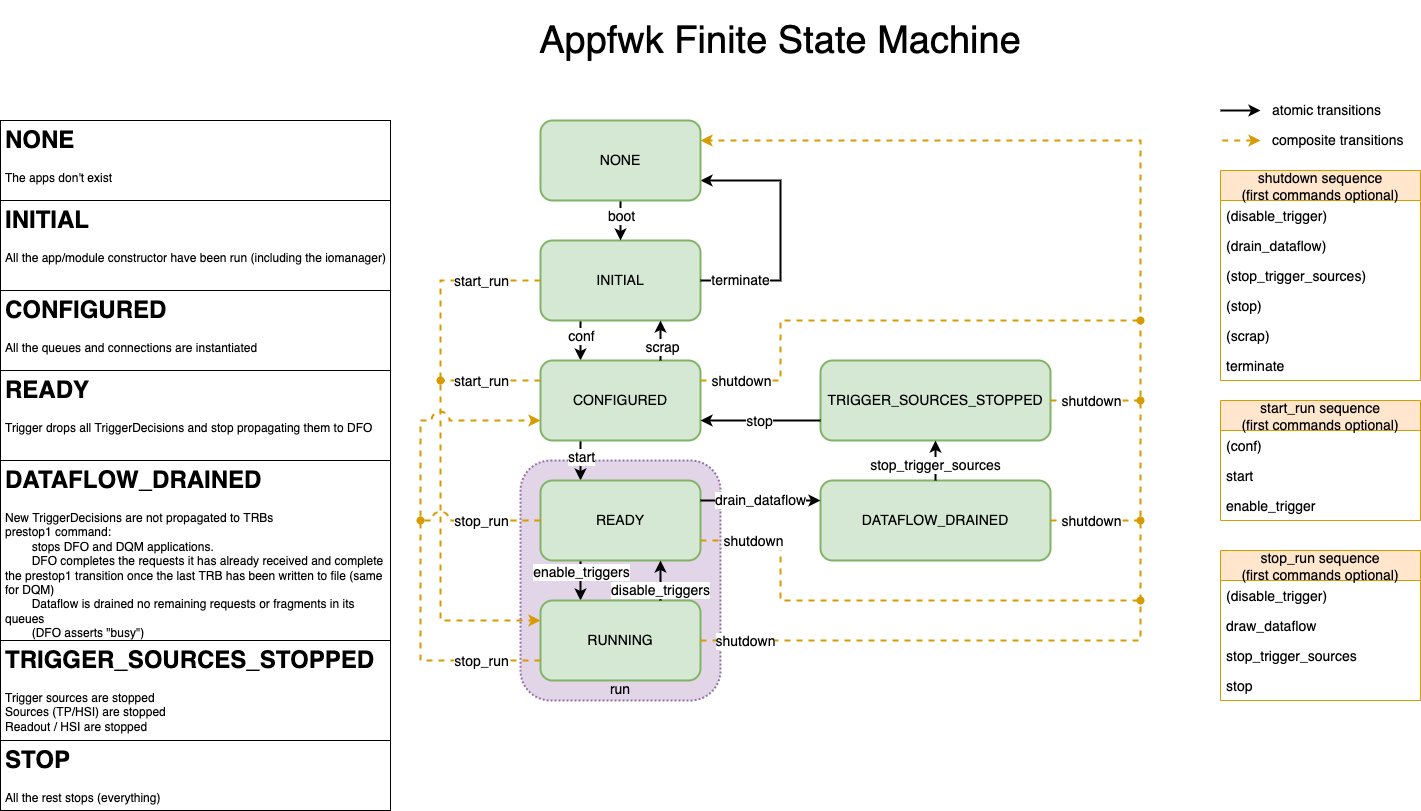
Above: docs/DUNE_FSM.drawio.png in DUNE-DAQ/nanorc (draw.io), before the change. Source tidied: cells renumbered, new cells last; positions are measured from the earlier drawing's top-left corner, leaving out a move shared by most shapes.
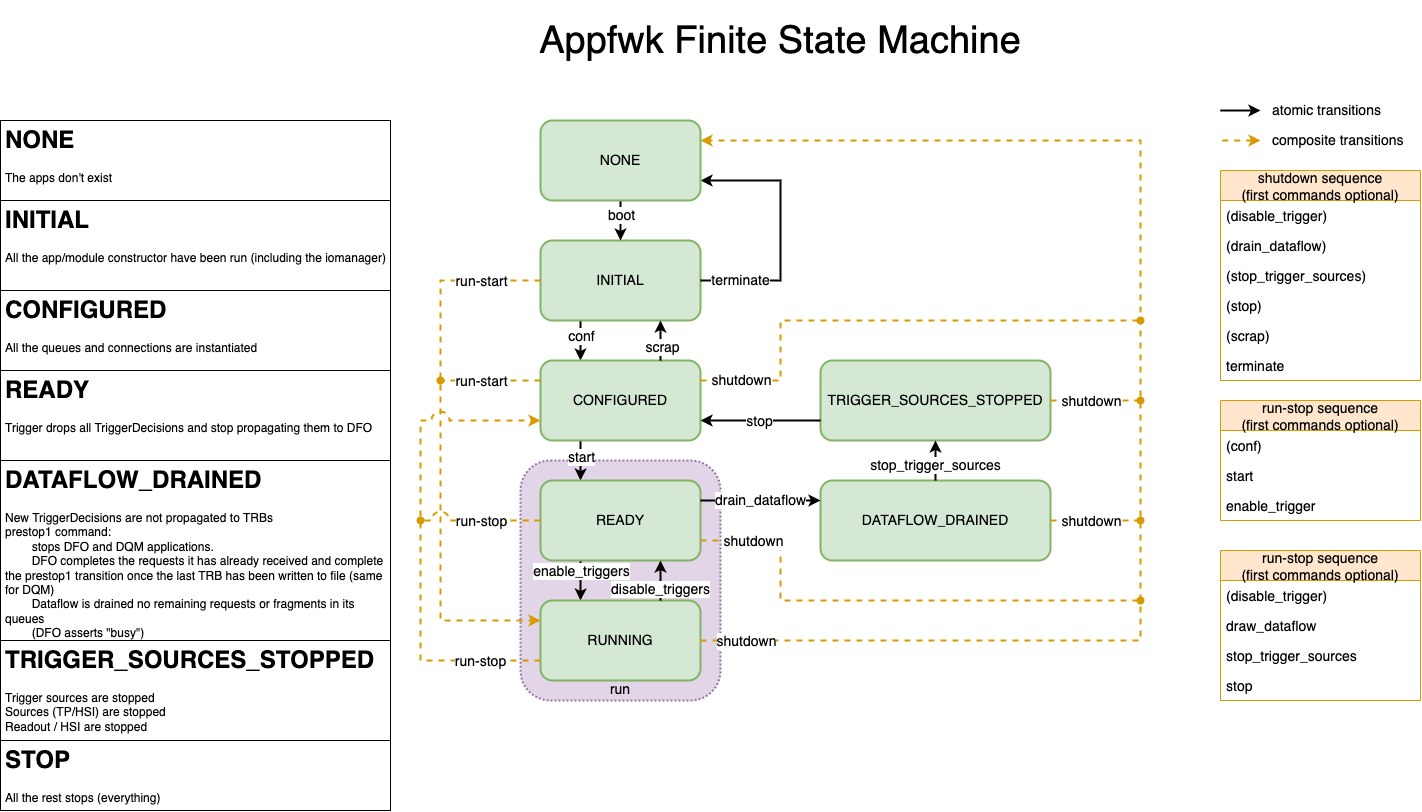
After the change.

Commit message:
start_run -> run-start & stop_run -> run-stop

Change to the diagram source:
```diff
@@ -75,7 +75,7 @@
         <mxPoint x="440" y="380" as="targetPoint" />
       </mxGeometry>
     </mxCell>
-    <mxCell id="18" value="start_run" style="edgeLabel;html=1;align=center;verticalAlign=middle;fontSize=14;" parent="17" vertex="1">
+    <mxCell id="18" value="run-start" style="edgeLabel;html=1;align=center;verticalAlign=middle;fontSize=14;" parent="17" vertex="1">
       <mxGeometry x="-0.21" relative="1" as="geometry">
         <mxPoint x="-20" as="offset" />
       </mxGeometry>
@@ -88,7 +88,7 @@
         </Array>
       </mxGeometry>
     </mxCell>
-    <mxCell id="20" value="start_run" style="edgeLabel;html=1;align=center;verticalAlign=middle;horizontal=1;fontSize=14;" parent="19" vertex="1">
+    <mxCell id="20" value="run-start" style="edgeLabel;html=1;align=center;verticalAlign=middle;horizontal=1;fontSize=14;" parent="19" vertex="1">
       <mxGeometry x="-0.79" relative="1" as="geometry">
         <mxPoint x="-4" as="offset" />
       </mxGeometry>
@@ -101,7 +101,7 @@
         <mxPoint x="660" y="600" as="sourcePoint" />
       </mxGeometry>
     </mxCell>
-    <mxCell id="23" value="stop_run sequence&#10;(first commands optional)" style="swimlane;fontStyle=0;horizontal=1;startSize=30;rounded=0;glass=0;fillColor=#ffe6cc;strokeColor=#d79b00;fontSize=14;" parent="1" vertex="1">
+    <mxCell id="23" value="run-stop sequence&#10;(first commands optional)" style="swimlane;fontStyle=0;horizontal=1;startSize=30;rounded=0;glass=0;fillColor=#ffe6cc;strokeColor=#d79b00;fontSize=14;" parent="1" vertex="1">
       <mxGeometry x="1220" y="550" width="200" height="150" as="geometry" />
     </mxCell>
     <mxCell id="24" value="(disable_trigger)" style="text;strokeColor=none;fillColor=none;align=left;verticalAlign=middle;spacingLeft=4;spacingRight=4;overflow=hidden;rounded=1;glass=0;dashed=1;dashPattern=1 1;fontSize=14;" parent="23" vertex="1">
@@ -116,7 +116,7 @@
     <mxCell id="27" value="stop" style="text;strokeColor=none;fillColor=none;align=left;verticalAlign=middle;spacingLeft=4;spacingRight=4;overflow=hidden;rounded=1;glass=0;dashed=1;dashPattern=1 1;fontSize=14;" parent="23" vertex="1">
       <mxGeometry y="120" width="200" height="30" as="geometry" />
     </mxCell>
-    <mxCell id="28" value="start_run sequence&#10;(first commands optional)" style="swimlane;fontStyle=0;horizontal=1;startSize=30;rounded=0;glass=0;fillColor=#ffe6cc;strokeColor=#d79b00;fontSize=14;" parent="1" vertex="1">
+    <mxCell id="28" value="run-stop sequence&#10;(first commands optional)" style="swimlane;fontStyle=0;horizontal=1;startSize=30;rounded=0;glass=0;fillColor=#ffe6cc;strokeColor=#d79b00;fontSize=14;" parent="1" vertex="1">
       <mxGeometry x="1220" y="400" width="200" height="120" as="geometry" />
     </mxCell>
     <mxCell id="29" value="(conf)" style="text;strokeColor=none;fillColor=none;align=left;verticalAlign=middle;spacingLeft=4;spacingRight=4;overflow=hidden;rounded=1;glass=0;dashed=1;dashPattern=1 1;fontSize=14;" parent="28" vertex="1">
@@ -267,7 +267,7 @@
         </Array>
       </mxGeometry>
     </mxCell>
-    <mxCell id="61" value="stop_run" style="edgeLabel;html=1;align=center;verticalAlign=middle;fontSize=14;" parent="60" vertex="1">
+    <mxCell id="61" value="run-stop" style="edgeLabel;html=1;align=center;verticalAlign=middle;fontSize=14;" parent="60" vertex="1">
       <mxGeometry x="-0.85" y="2" relative="1" as="geometry">
         <mxPoint x="-25" y="-2" as="offset" />
       </mxGeometry>
@@ -281,7 +281,7 @@
     <mxCell id="64" value="&lt;h1&gt;INITIAL&lt;/h1&gt;&lt;p&gt;All the app/module constructor have been run (including the iomanager)&lt;/p&gt;" style="text;html=1;strokeColor=default;fillColor=none;spacing=5;spacingTop=-20;whiteSpace=wrap;overflow=hidden;rounded=0;strokeWidth=1;" parent="1" vertex="1">
       <mxGeometry y="200" width="390" height="90" as="geometry" />
     </mxCell>
-    <mxCell id="65" value="&lt;h1&gt;DATAFLOW_DRAINED&lt;/h1&gt;&lt;div&gt;New TriggerDecisions are not propagated to TRBs&lt;/div&gt;&lt;div&gt;&lt;span style=&quot;background-color: initial;&quot;&gt;prestop1 command:&lt;/span&gt;&lt;/div&gt;&lt;div&gt;&lt;span style=&quot;background-color: initial;&quot;&gt;&lt;span style=&quot;white-space: pre;&quot;&gt;&#9;&lt;/span&gt;stops DFO and DQM applications.&lt;/span&gt;&lt;br&gt;&lt;/div&gt;&lt;div&gt;&lt;span style=&quot;background-color: initial;&quot;&gt;&lt;span style=&quot;white-space: pre;&quot;&gt;&#9;&lt;/span&gt;DFO completes the requests it has already received and complete the prestop1 transition once the last TRB has been written to file (same for DQM)&lt;/span&gt;&lt;/div&gt;&lt;div&gt;&lt;span style=&quot;background-color: initial;&quot;&gt;&lt;span style=&quot;white-space: pre;&quot;&gt;&#9;&lt;/span&gt;Dataflow is drained no remaining requests or fragments in its queues&lt;br&gt;&lt;/span&gt;&lt;/div&gt;&lt;div&gt;&lt;span style=&quot;background-color: initial;&quot;&gt;&lt;span style=&quot;white-space: pre;&quot;&gt;&#9;&lt;/span&gt;(DFO asserts &quot;busy&quot;)&lt;br&gt;&lt;/span&gt;&lt;/div&gt;" style="text;html=1;strokeColor=default;fillColor=none;spacing=5;spacingTop=-20;whiteSpace=wrap;overflow=hidden;rounded=0;strokeWidth=1;" parent="1" vertex="1">
+    <mxCell id="65" value="&lt;h1&gt;DATAFLOW_DRAINED&lt;/h1&gt;&lt;div&gt;New TriggerDecisions are not propagated to TRBs&lt;/div&gt;&lt;div&gt;&lt;span style=&quot;background-color: initial;&quot;&gt;prestop1 command:&lt;/span&gt;&lt;/div&gt;&lt;div&gt;&lt;span style=&quot;background-color: initial;&quot;&gt;&lt;span style=&quot;white-space: pre;&quot;&gt; &lt;/span&gt;stops DFO and DQM applications.&lt;/span&gt;&lt;br&gt;&lt;/div&gt;&lt;div&gt;&lt;span style=&quot;background-color: initial;&quot;&gt;&lt;span style=&quot;white-space: pre;&quot;&gt; &lt;/span&gt;DFO completes the requests it has already received and complete the prestop1 transition once the last TRB has been written to file (same for DQM)&lt;/span&gt;&lt;/div&gt;&lt;div&gt;&lt;span style=&quot;background-color: initial;&quot;&gt;&lt;span style=&quot;white-space: pre;&quot;&gt; &lt;/span&gt;Dataflow is drained no remaining requests or fragments in its queues&lt;br&gt;&lt;/span&gt;&lt;/div&gt;&lt;div&gt;&lt;span style=&quot;background-color: initial;&quot;&gt;&lt;span style=&quot;white-space: pre;&quot;&gt; &lt;/span&gt;(DFO asserts &quot;busy&quot;)&lt;br&gt;&lt;/span&gt;&lt;/div&gt;" style="text;html=1;strokeColor=default;fillColor=none;spacing=5;spacingTop=-20;whiteSpace=wrap;overflow=hidden;rounded=0;strokeWidth=1;" parent="1" vertex="1">
       <mxGeometry y="460" width="390" height="180" as="geometry" />
     </mxCell>
     <mxCell id="66" value="&lt;h1&gt;TRIGGER_SOURCES_STOPPED&lt;/h1&gt;&lt;div&gt;Trigger sources are stopped&lt;/div&gt;&lt;div&gt;Sources (TP/HSI) are stopped&lt;/div&gt;&lt;div&gt;Readout / HSI are stopped&lt;/div&gt;" style="text;html=1;strokeColor=default;fillColor=none;spacing=5;spacingTop=-20;whiteSpace=wrap;overflow=hidden;rounded=0;strokeWidth=1;" parent="1" vertex="1">
@@ -307,7 +307,7 @@
         </Array>
       </mxGeometry>
     </mxCell>
-    <mxCell id="72" value="stop_run" style="edgeLabel;html=1;align=center;verticalAlign=middle;fontSize=14;" parent="71" vertex="1">
+    <mxCell id="72" value="run-stop" style="edgeLabel;html=1;align=center;verticalAlign=middle;fontSize=14;" parent="71" vertex="1">
       <mxGeometry x="-0.85" y="2" relative="1" as="geometry">
         <mxPoint x="-51" y="-2" as="offset" />
       </mxGeometry>
```
